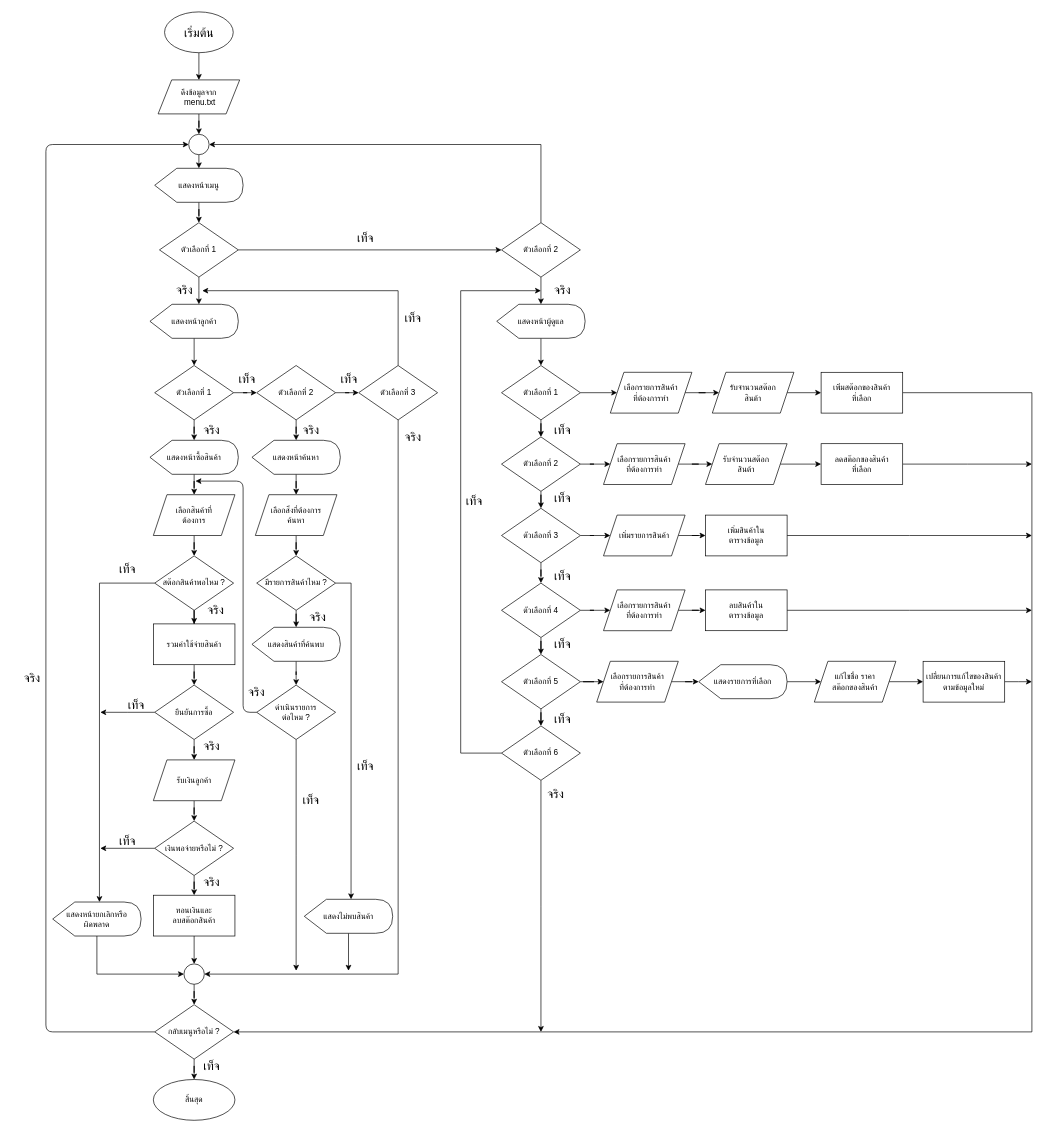
Above: c-faiz.drawio in NengApichet/ice-cream-shop (draw.io), before the change. Source tidied: cells renumbered, new cells numbered last; positions are measured from the earlier drawing's top-left corner, leaving out a move shared by most shapes. Both pictures are drawn from the tidied source at 68%, with x=0, y=0 at pixel (18, 12).
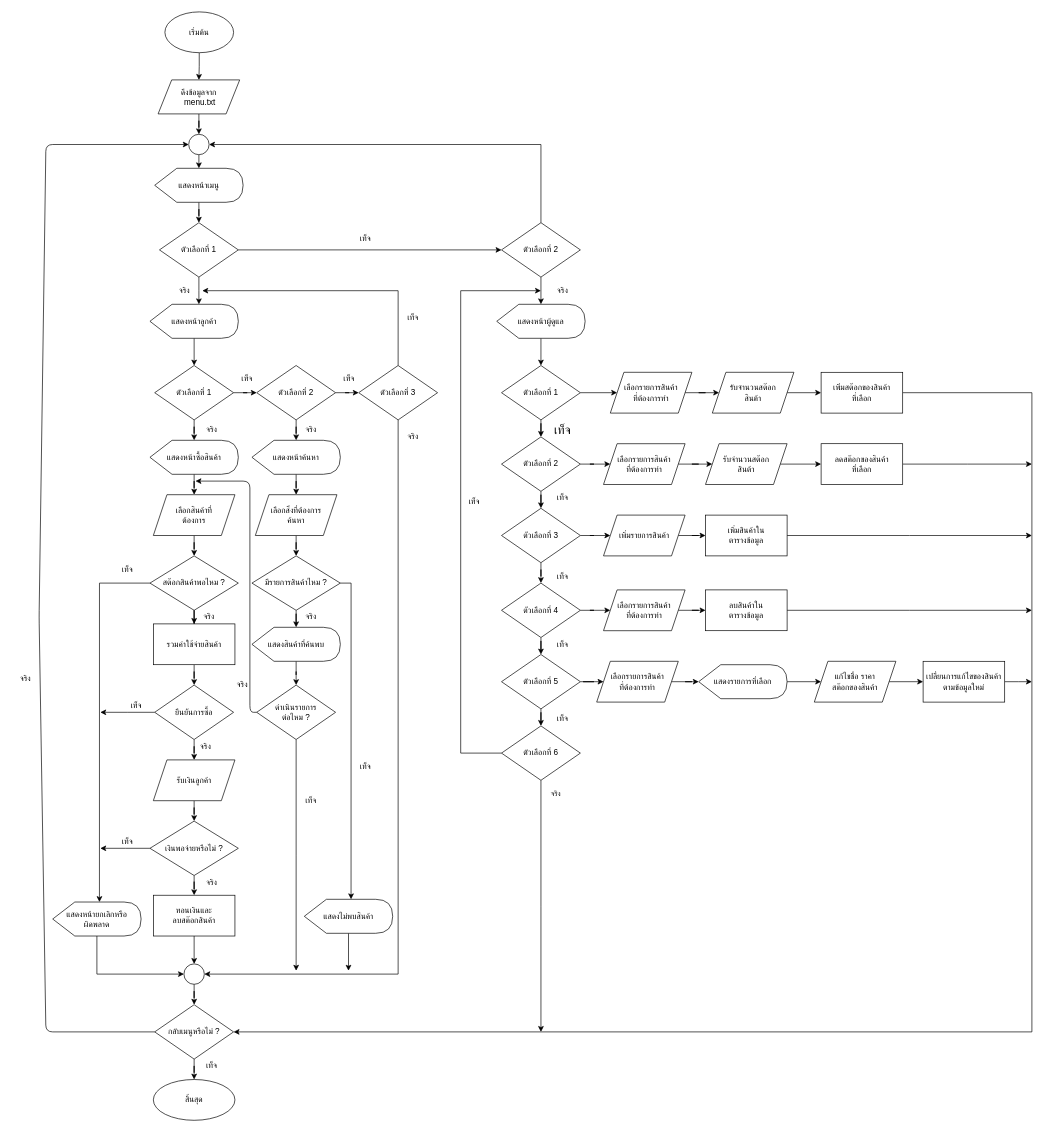
The same diagram, later.

Unchanged cells that the change refers to:
```xml
<mxCell id="54" value="กลับเมนูหรือไม่ ?" style="rhombus;whiteSpace=wrap;html=1;" parent="1" vertex="1">
  <mxGeometry x="200" y="1460" width="116" height="80" as="geometry" />
</mxCell>
<mxCell id="65" value="ดำเนินรายการ&lt;br&gt;ต่อไหม ?" style="rhombus;whiteSpace=wrap;html=1;" parent="1" vertex="1">
  <mxGeometry x="350" y="990" width="116" height="80" as="geometry" />
</mxCell>
<mxCell id="115" style="ellipse;whiteSpace=wrap;html=1;" parent="1" vertex="1">
  <mxGeometry x="250" y="180" width="30" height="30" as="geometry" />
</mxCell>
```

Diff of the diagram source:
```diff
@@
     <mxCell id="2" style="edgeStyle=orthogonalEdgeStyle;rounded=0;orthogonalLoop=1;jettySize=auto;html=1;" parent="1" edge="1">
       <mxGeometry relative="1" as="geometry">
-        <mxPoint x="354" y="100" as="sourcePoint" />
+        <mxPoint x="344" y="160" as="sourcePoint" />
       </mxGeometry>
     </mxCell>
@@
-    <mxCell id="4" value="&lt;span style=&quot;font-family: &amp;#34;tahoma&amp;#34; ; font-size: 18px&quot;&gt;เริ่มต้น&lt;/span&gt;" style="ellipse;whiteSpace=wrap;html=1;" parent="1" vertex="1">
-      <mxGeometry x="214.5" width="101" height="60" as="geometry" />
+    <mxCell id="4" value="&lt;font style=&quot;font-size: 12px&quot;&gt;เริ่มต้น&lt;/font&gt;" style="ellipse;whiteSpace=wrap;html=1;" parent="1" vertex="1">
+      <mxGeometry x="215" width="101" height="60" as="geometry" />
     </mxCell>
@@
-    <mxCell id="24" value="&lt;font style=&quot;font-size: 18px&quot;&gt;จริง&lt;/font&gt;" style="text;html=1;strokeColor=none;fillColor=none;align=center;verticalAlign=middle;whiteSpace=wrap;rounded=0;" parent="1" vertex="1">
+    <mxCell id="24" value="&lt;font style=&quot;font-size: 12px&quot;&gt;จริง&lt;/font&gt;" style="text;html=1;strokeColor=none;fillColor=none;align=center;verticalAlign=middle;whiteSpace=wrap;rounded=0;" parent="1" vertex="1">
       <mxGeometry x="224" y="400" width="40" height="20" as="geometry" />
     </mxCell>
-    <mxCell id="25" value="&lt;font style=&quot;font-size: 18px&quot;&gt;จริง&lt;/font&gt;" style="text;html=1;strokeColor=none;fillColor=none;align=center;verticalAlign=middle;whiteSpace=wrap;rounded=0;" parent="1" vertex="1">
+    <mxCell id="25" value="&lt;font style=&quot;font-size: 12px&quot;&gt;จริง&lt;/font&gt;" style="text;html=1;strokeColor=none;fillColor=none;align=center;verticalAlign=middle;whiteSpace=wrap;rounded=0;" parent="1" vertex="1">
       <mxGeometry x="264" y="605" width="40" height="20" as="geometry" />
     </mxCell>
-    <mxCell id="26" value="&lt;font style=&quot;font-size: 18px&quot;&gt;เท็จ&lt;/font&gt;" style="text;html=1;strokeColor=none;fillColor=none;align=center;verticalAlign=middle;whiteSpace=wrap;rounded=0;" parent="1" vertex="1">
+    <mxCell id="26" value="&lt;font style=&quot;font-size: 12px&quot;&gt;เท็จ&lt;/font&gt;" style="text;html=1;strokeColor=none;fillColor=none;align=center;verticalAlign=middle;whiteSpace=wrap;rounded=0;" parent="1" vertex="1">
       <mxGeometry x="316" y="530" width="40" height="20" as="geometry" />
     </mxCell>
-    <mxCell id="27" value="&lt;font style=&quot;font-size: 18px&quot;&gt;เท็จ&lt;/font&gt;" style="text;html=1;strokeColor=none;fillColor=none;align=center;verticalAlign=middle;whiteSpace=wrap;rounded=0;" parent="1" vertex="1">
+    <mxCell id="27" value="&lt;font style=&quot;font-size: 12px&quot;&gt;เท็จ&lt;/font&gt;" style="text;html=1;strokeColor=none;fillColor=none;align=center;verticalAlign=middle;whiteSpace=wrap;rounded=0;" parent="1" vertex="1">
       <mxGeometry x="466" y="530" width="40" height="20" as="geometry" />
     </mxCell>
@@
-    <mxCell id="32" value="&lt;font style=&quot;font-size: 18px&quot;&gt;จริง&lt;/font&gt;" style="text;html=1;strokeColor=none;fillColor=none;align=center;verticalAlign=middle;whiteSpace=wrap;rounded=0;" parent="1" vertex="1">
+    <mxCell id="32" value="&lt;font style=&quot;font-size: 12px&quot;&gt;จริง&lt;/font&gt;" style="text;html=1;strokeColor=none;fillColor=none;align=center;verticalAlign=middle;whiteSpace=wrap;rounded=0;" parent="1" vertex="1">
       <mxGeometry x="410" y="605" width="40" height="20" as="geometry" />
     </mxCell>
-    <mxCell id="33" value="&lt;font style=&quot;font-size: 18px&quot;&gt;จริง&lt;/font&gt;" style="text;html=1;strokeColor=none;fillColor=none;align=center;verticalAlign=middle;whiteSpace=wrap;rounded=0;" parent="1" vertex="1">
+    <mxCell id="33" value="&lt;font style=&quot;font-size: 12px&quot;&gt;จริง&lt;/font&gt;" style="text;html=1;strokeColor=none;fillColor=none;align=center;verticalAlign=middle;whiteSpace=wrap;rounded=0;" parent="1" vertex="1">
       <mxGeometry x="560" y="615" width="40" height="20" as="geometry" />
     </mxCell>
@@
-    <mxCell id="41" value="&lt;font style=&quot;font-size: 18px&quot;&gt;จริง&lt;/font&gt;" style="text;html=1;strokeColor=none;fillColor=none;align=center;verticalAlign=middle;whiteSpace=wrap;rounded=0;" parent="1" vertex="1">
-      <mxGeometry x="264" y="1070" width="40" height="20" as="geometry" />
+    <mxCell id="41" value="&lt;font style=&quot;font-size: 12px&quot;&gt;จริง&lt;/font&gt;" style="text;html=1;strokeColor=none;fillColor=none;align=center;verticalAlign=middle;whiteSpace=wrap;rounded=0;" parent="1" vertex="1">
+      <mxGeometry x="255" y="1070" width="40" height="20" as="geometry" />
     </mxCell>
@@
     <mxCell id="46" value="เงินพอจ่ายหรือไม่ ?" style="rhombus;whiteSpace=wrap;html=1;" parent="1" vertex="1">
-      <mxGeometry x="200" y="1190" width="116" height="80" as="geometry" />
+      <mxGeometry x="193" y="1190" width="130" height="80" as="geometry" />
     </mxCell>
@@
     <mxCell id="51" value="สต๊อกสินค้าพอไหม ?" style="rhombus;whiteSpace=wrap;html=1;" parent="1" vertex="1">
-      <mxGeometry x="200" y="800" width="116" height="80" as="geometry" />
+      <mxGeometry x="193" y="800" width="130" height="80" as="geometry" />
     </mxCell>
-    <mxCell id="52" value="&lt;font style=&quot;font-size: 18px&quot;&gt;จริง&lt;/font&gt;" style="text;html=1;strokeColor=none;fillColor=none;align=center;verticalAlign=middle;whiteSpace=wrap;rounded=0;" parent="1" vertex="1">
-      <mxGeometry x="270" y="870" width="40" height="20" as="geometry" />
+    <mxCell id="52" value="&lt;font style=&quot;font-size: 12px&quot;&gt;จริง&lt;/font&gt;" style="text;html=1;strokeColor=none;fillColor=none;align=center;verticalAlign=middle;whiteSpace=wrap;rounded=0;" parent="1" vertex="1">
+      <mxGeometry x="260" y="880" width="40" height="20" as="geometry" />
     </mxCell>
@@
     <mxCell id="55" style="endArrow=classic;html=1;exitX=0;exitY=0.5;exitDx=0;exitDy=0;entryX=0;entryY=0.5;entryDx=0;entryDy=0;" parent="1" edge="1" source="54" target="115">
       <mxGeometry relative="1" as="geometry">
         <Array as="points">
           <mxPoint x="40" y="1500" />
+          <mxPoint x="30" y="890" />
           <mxPoint x="40" y="195" />
         </Array>
       </mxGeometry>
     </mxCell>
-    <mxCell id="56" value="&lt;font style=&quot;font-size: 18px&quot;&gt;จริง&lt;/font&gt;" style="text;html=1;strokeColor=none;fillColor=none;align=center;verticalAlign=middle;whiteSpace=wrap;rounded=0;" parent="1" vertex="1">
-      <mxGeometry y="970" width="40" height="20" as="geometry" />
+    <mxCell id="56" value="&lt;font style=&quot;font-size: 12px&quot;&gt;จริง&lt;/font&gt;" style="text;html=1;strokeColor=none;fillColor=none;align=center;verticalAlign=middle;whiteSpace=wrap;rounded=0;" parent="1" vertex="1">
+      <mxGeometry x="-10" y="970" width="40" height="20" as="geometry" />
     </mxCell>
@@
     <mxCell id="61" value="มีรายการสินค้าไหม ?" style="rhombus;whiteSpace=wrap;html=1;" parent="1" vertex="1">
-      <mxGeometry x="350" y="800" width="116" height="80" as="geometry" />
+      <mxGeometry x="343" y="800" width="130" height="80" as="geometry" />
     </mxCell>
@@
     <mxCell id="66" style="endArrow=classic;html=1;exitX=0;exitY=0.5;exitDx=0;exitDy=0;" parent="1" edge="1" source="65">
       <mxGeometry relative="1" as="geometry">
         <mxPoint x="260" y="690" as="targetPoint" />
         <Array as="points">
-          <mxPoint x="330" y="1030" />
-          <mxPoint x="330" y="690" />
+          <mxPoint x="340" y="1030" />
+          <mxPoint x="340" y="690" />
         </Array>
       </mxGeometry>
     </mxCell>
-    <mxCell id="67" value="&lt;font style=&quot;font-size: 18px&quot;&gt;จริง&lt;/font&gt;" style="text;html=1;strokeColor=none;fillColor=none;align=center;verticalAlign=middle;whiteSpace=wrap;rounded=0;" parent="1" vertex="1">
-      <mxGeometry x="330" y="990" width="40" height="20" as="geometry" />
+    <mxCell id="67" value="&lt;font style=&quot;font-size: 12px&quot;&gt;จริง&lt;/font&gt;" style="text;html=1;strokeColor=none;fillColor=none;align=center;verticalAlign=middle;whiteSpace=wrap;rounded=0;" parent="1" vertex="1">
+      <mxGeometry x="309" y="980" width="40" height="20" as="geometry" />
     </mxCell>
@@
-    <mxCell id="70" value="&lt;font style=&quot;font-size: 18px&quot;&gt;เท็จ&lt;/font&gt;" style="text;html=1;strokeColor=none;fillColor=none;align=center;verticalAlign=middle;whiteSpace=wrap;rounded=0;" parent="1" vertex="1">
+    <mxCell id="70" value="&lt;font style=&quot;font-size: 12px&quot;&gt;เท็จ&lt;/font&gt;" style="text;html=1;strokeColor=none;fillColor=none;align=center;verticalAlign=middle;whiteSpace=wrap;rounded=0;" parent="1" vertex="1">
       <mxGeometry x="410" y="1150" width="40" height="20" as="geometry" />
     </mxCell>
-    <mxCell id="71" value="&lt;font style=&quot;font-size: 18px&quot;&gt;จริง&lt;/font&gt;" style="text;html=1;strokeColor=none;fillColor=none;align=center;verticalAlign=middle;whiteSpace=wrap;rounded=0;" parent="1" vertex="1">
-      <mxGeometry x="420" y="880" width="40" height="20" as="geometry" />
+    <mxCell id="71" value="&lt;font style=&quot;font-size: 12px&quot;&gt;จริง&lt;/font&gt;" style="text;html=1;strokeColor=none;fillColor=none;align=center;verticalAlign=middle;whiteSpace=wrap;rounded=0;" parent="1" vertex="1">
+      <mxGeometry x="410" y="880" width="40" height="20" as="geometry" />
     </mxCell>
@@
-    <mxCell id="74" value="&lt;font style=&quot;font-size: 18px&quot;&gt;เท็จ&lt;/font&gt;" style="text;html=1;strokeColor=none;fillColor=none;align=center;verticalAlign=middle;whiteSpace=wrap;rounded=0;" parent="1" vertex="1">
+    <mxCell id="74" value="&lt;font style=&quot;font-size: 12px&quot;&gt;เท็จ&lt;/font&gt;" style="text;html=1;strokeColor=none;fillColor=none;align=center;verticalAlign=middle;whiteSpace=wrap;rounded=0;" parent="1" vertex="1">
       <mxGeometry x="140" y="810" width="40" height="20" as="geometry" />
     </mxCell>
-    <mxCell id="75" value="&lt;font style=&quot;font-size: 18px&quot;&gt;เท็จ&lt;/font&gt;" style="text;html=1;strokeColor=none;fillColor=none;align=center;verticalAlign=middle;whiteSpace=wrap;rounded=0;" parent="1" vertex="1">
+    <mxCell id="75" value="&lt;font style=&quot;font-size: 12px&quot;&gt;เท็จ&lt;/font&gt;" style="text;html=1;strokeColor=none;fillColor=none;align=center;verticalAlign=middle;whiteSpace=wrap;rounded=0;" parent="1" vertex="1">
       <mxGeometry x="153" y="1010" width="40" height="20" as="geometry" />
     </mxCell>
-    <mxCell id="76" value="&lt;font style=&quot;font-size: 18px&quot;&gt;เท็จ&lt;/font&gt;" style="text;html=1;strokeColor=none;fillColor=none;align=center;verticalAlign=middle;whiteSpace=wrap;rounded=0;" parent="1" vertex="1">
+    <mxCell id="76" value="&lt;font style=&quot;font-size: 12px&quot;&gt;เท็จ&lt;/font&gt;" style="text;html=1;strokeColor=none;fillColor=none;align=center;verticalAlign=middle;whiteSpace=wrap;rounded=0;" parent="1" vertex="1">
       <mxGeometry x="140" y="1210" width="40" height="20" as="geometry" />
     </mxCell>
-    <mxCell id="77" value="&lt;font style=&quot;font-size: 18px&quot;&gt;จริง&lt;/font&gt;" style="text;html=1;strokeColor=none;fillColor=none;align=center;verticalAlign=middle;whiteSpace=wrap;rounded=0;" parent="1" vertex="1">
+    <mxCell id="77" value="&lt;font style=&quot;font-size: 12px&quot;&gt;จริง&lt;/font&gt;" style="text;html=1;strokeColor=none;fillColor=none;align=center;verticalAlign=middle;whiteSpace=wrap;rounded=0;" parent="1" vertex="1">
       <mxGeometry x="264" y="1270" width="40" height="20" as="geometry" />
     </mxCell>
@@
-    <mxCell id="80" value="&lt;font style=&quot;font-size: 18px&quot;&gt;เท็จ&lt;/font&gt;" style="text;html=1;strokeColor=none;fillColor=none;align=center;verticalAlign=middle;whiteSpace=wrap;rounded=0;" parent="1" vertex="1">
+    <mxCell id="80" value="&lt;font style=&quot;font-size: 12px&quot;&gt;เท็จ&lt;/font&gt;" style="text;html=1;strokeColor=none;fillColor=none;align=center;verticalAlign=middle;whiteSpace=wrap;rounded=0;" parent="1" vertex="1">
       <mxGeometry x="490" y="1100" width="40" height="20" as="geometry" />
     </mxCell>
@@
-    <mxCell id="82" value="&lt;font style=&quot;font-size: 18px&quot;&gt;เท็จ&lt;/font&gt;" style="text;html=1;strokeColor=none;fillColor=none;align=center;verticalAlign=middle;whiteSpace=wrap;rounded=0;" parent="1" vertex="1">
+    <mxCell id="82" value="&lt;font style=&quot;font-size: 12px&quot;&gt;เท็จ&lt;/font&gt;" style="text;html=1;strokeColor=none;fillColor=none;align=center;verticalAlign=middle;whiteSpace=wrap;rounded=0;" parent="1" vertex="1">
       <mxGeometry x="264" y="1540" width="40" height="20" as="geometry" />
     </mxCell>
@@
-    <mxCell id="86" value="&lt;font style=&quot;font-size: 18px&quot;&gt;เท็จ&lt;/font&gt;" style="text;html=1;strokeColor=none;fillColor=none;align=center;verticalAlign=middle;whiteSpace=wrap;rounded=0;" parent="1" vertex="1">
+    <mxCell id="86" value="&lt;font style=&quot;font-size: 12px&quot;&gt;เท็จ&lt;/font&gt;" style="text;html=1;strokeColor=none;fillColor=none;align=center;verticalAlign=middle;whiteSpace=wrap;rounded=0;" parent="1" vertex="1">
       <mxGeometry x="560" y="440" width="40" height="20" as="geometry" />
     </mxCell>
-    <mxCell id="87" value="&lt;font style=&quot;font-size: 18px&quot;&gt;เท็จ&lt;/font&gt;" style="text;html=1;strokeColor=none;fillColor=none;align=center;verticalAlign=middle;whiteSpace=wrap;rounded=0;" parent="1" vertex="1">
+    <mxCell id="87" value="&lt;font style=&quot;font-size: 12px&quot;&gt;เท็จ&lt;/font&gt;" style="text;html=1;strokeColor=none;fillColor=none;align=center;verticalAlign=middle;whiteSpace=wrap;rounded=0;" parent="1" vertex="1">
       <mxGeometry x="490" y="323" width="40" height="20" as="geometry" />
     </mxCell>
-    <mxCell id="88" value="&lt;font style=&quot;font-size: 18px&quot;&gt;จริง&lt;/font&gt;" style="text;html=1;strokeColor=none;fillColor=none;align=center;verticalAlign=middle;whiteSpace=wrap;rounded=0;" parent="1" vertex="1">
+    <mxCell id="88" value="&lt;font style=&quot;font-size: 12px&quot;&gt;จริง&lt;/font&gt;" style="text;html=1;strokeColor=none;fillColor=none;align=center;verticalAlign=middle;whiteSpace=wrap;rounded=0;" parent="1" vertex="1">
       <mxGeometry x="780" y="400" width="40" height="20" as="geometry" />
     </mxCell>
@@
-    <mxCell id="110" value="&lt;font style=&quot;font-size: 18px&quot;&gt;เท็จ&lt;/font&gt;" style="text;html=1;strokeColor=none;fillColor=none;align=center;verticalAlign=middle;whiteSpace=wrap;rounded=0;" parent="1" vertex="1">
+    <mxCell id="110" value="&lt;font style=&quot;font-size: 12px&quot;&gt;เท็จ&lt;/font&gt;" style="text;html=1;strokeColor=none;fillColor=none;align=center;verticalAlign=middle;whiteSpace=wrap;rounded=0;" parent="1" vertex="1">
       <mxGeometry x="780" y="705" width="40" height="20" as="geometry" />
     </mxCell>
-    <mxCell id="111" value="&lt;font style=&quot;font-size: 18px&quot;&gt;เท็จ&lt;/font&gt;" style="text;html=1;strokeColor=none;fillColor=none;align=center;verticalAlign=middle;whiteSpace=wrap;rounded=0;" parent="1" vertex="1">
+    <mxCell id="111" value="&lt;font style=&quot;font-size: 12px&quot;&gt;เท็จ&lt;/font&gt;" style="text;html=1;strokeColor=none;fillColor=none;align=center;verticalAlign=middle;whiteSpace=wrap;rounded=0;" parent="1" vertex="1">
       <mxGeometry x="780" y="820" width="40" height="20" as="geometry" />
     </mxCell>
-    <mxCell id="112" value="&lt;font style=&quot;font-size: 18px&quot;&gt;เท็จ&lt;/font&gt;" style="text;html=1;strokeColor=none;fillColor=none;align=center;verticalAlign=middle;whiteSpace=wrap;rounded=0;" parent="1" vertex="1">
+    <mxCell id="112" value="&lt;font style=&quot;font-size: 12px&quot;&gt;เท็จ&lt;/font&gt;" style="text;html=1;strokeColor=none;fillColor=none;align=center;verticalAlign=middle;whiteSpace=wrap;rounded=0;" parent="1" vertex="1">
       <mxGeometry x="780" y="920" width="40" height="20" as="geometry" />
     </mxCell>
-    <mxCell id="113" value="&lt;font style=&quot;font-size: 18px&quot;&gt;เท็จ&lt;/font&gt;" style="text;html=1;strokeColor=none;fillColor=none;align=center;verticalAlign=middle;whiteSpace=wrap;rounded=0;" parent="1" vertex="1">
+    <mxCell id="113" value="&lt;font style=&quot;font-size: 12px&quot;&gt;เท็จ&lt;/font&gt;" style="text;html=1;strokeColor=none;fillColor=none;align=center;verticalAlign=middle;whiteSpace=wrap;rounded=0;" parent="1" vertex="1">
       <mxGeometry x="780" y="1030" width="40" height="20" as="geometry" />
     </mxCell>
-    <mxCell id="114" value="&lt;font style=&quot;font-size: 18px&quot;&gt;จริง&lt;/font&gt;" style="text;html=1;strokeColor=none;fillColor=none;align=center;verticalAlign=middle;whiteSpace=wrap;rounded=0;" parent="1" vertex="1">
+    <mxCell id="114" value="&lt;font style=&quot;font-size: 11px&quot;&gt;จริง&lt;/font&gt;" style="text;html=1;strokeColor=none;fillColor=none;align=center;verticalAlign=middle;whiteSpace=wrap;rounded=0;" parent="1" vertex="1">
       <mxGeometry x="770" y="1140" width="40" height="20" as="geometry" />
     </mxCell>
@@
-    <mxCell id="116" value="&lt;font style=&quot;font-size: 18px&quot;&gt;เท็จ&lt;/font&gt;" style="text;html=1;strokeColor=none;fillColor=none;align=center;verticalAlign=middle;whiteSpace=wrap;rounded=0;" parent="1" vertex="1">
+    <mxCell id="116" value="&lt;font style=&quot;font-size: 12px&quot;&gt;เท็จ&lt;/font&gt;" style="text;html=1;strokeColor=none;fillColor=none;align=center;verticalAlign=middle;whiteSpace=wrap;rounded=0;" parent="1" vertex="1">
       <mxGeometry x="650" y="710" width="40" height="20" as="geometry" />
     </mxCell>
```
